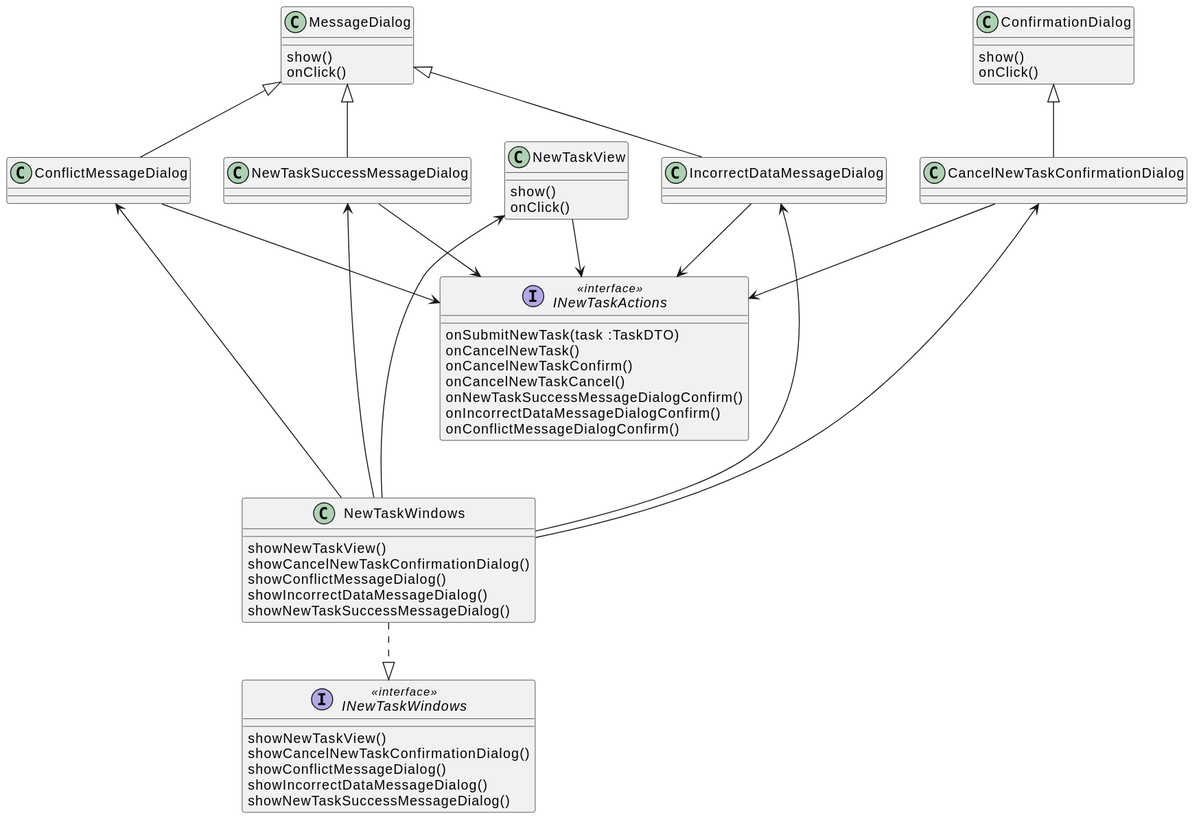
Igor-Ochocki/POP-2026Z keeps this PlantUML diagram as diagrams/frontend/rendered/new-task-view.svg. Above is the earlier version.
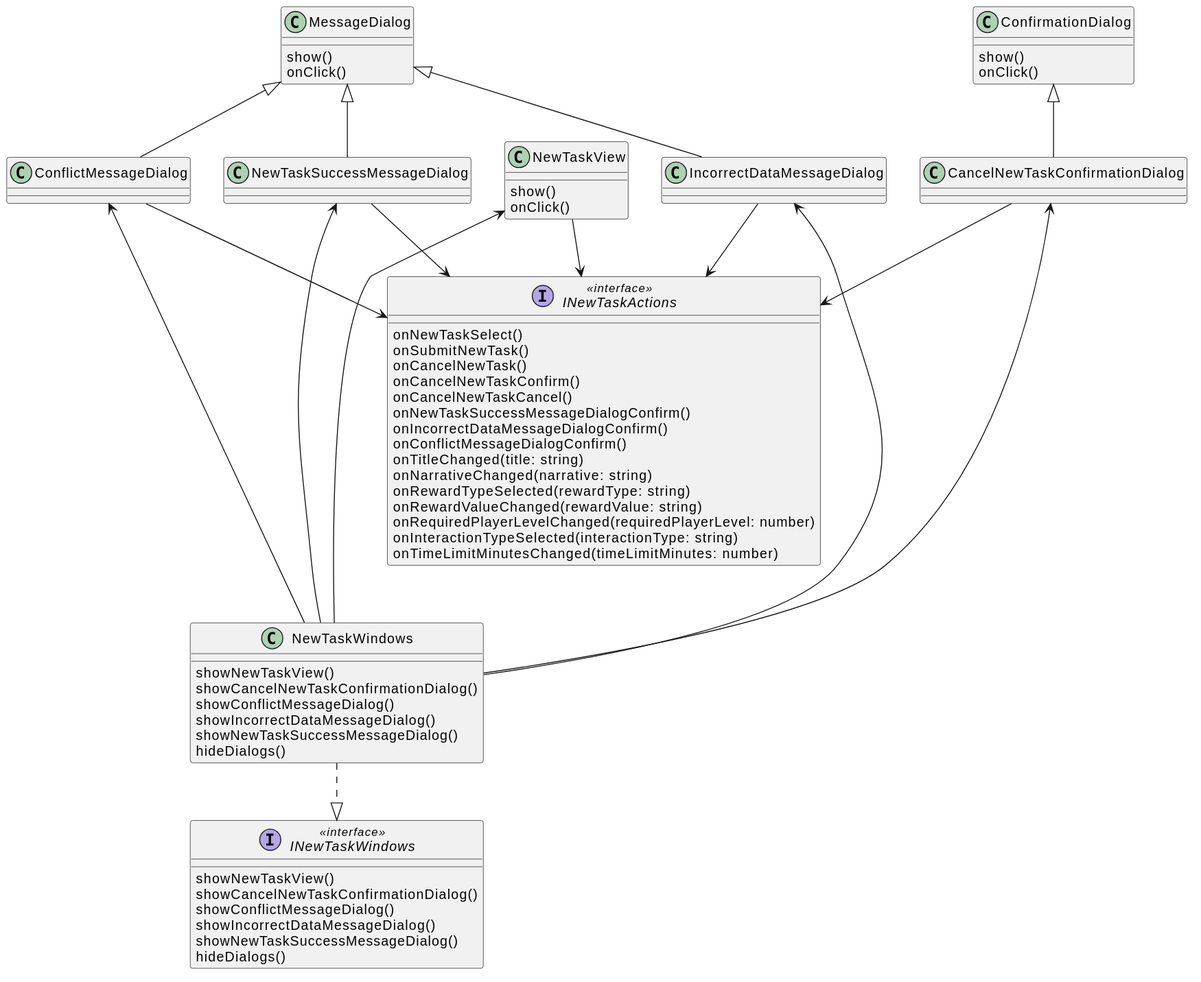
After the commit.

Commit message:
react is silly fix diagrams

Diff of the diagram source:
```diff
@@ -26,13 +26,21 @@
 NewTaskSuccessMessageDialog -u-|> MessageDialog
 
 interface INewTaskActions <<interface>> {
-    onSubmitNewTask(task :TaskDTO)
+    onNewTaskSelect()
+    onSubmitNewTask()
     onCancelNewTask()
     onCancelNewTaskConfirm()
     onCancelNewTaskCancel()
     onNewTaskSuccessMessageDialogConfirm()
     onIncorrectDataMessageDialogConfirm()
     onConflictMessageDialogConfirm()
+    onTitleChanged(title: string)
+    onNarrativeChanged(narrative: string)
+    onRewardTypeSelected(rewardType: string)
+    onRewardValueChanged(rewardValue: string)
+    onRequiredPlayerLevelChanged(requiredPlayerLevel: number)
+    onInteractionTypeSelected(interactionType: string)
+    onTimeLimitMinutesChanged(timeLimitMinutes: number)
 }
 
 INewTaskActions <-u- CancelNewTaskConfirmationDialog
@@ -53,6 +61,7 @@
     showConflictMessageDialog()
     showIncorrectDataMessageDialog()
     showNewTaskSuccessMessageDialog()
+    hideDialogs()
 }
 
 class NewTaskWindows {
@@ -61,6 +70,7 @@
     showConflictMessageDialog()
     showIncorrectDataMessageDialog()
     showNewTaskSuccessMessageDialog()
+    hideDialogs()
 }
 
 NewTaskWindows .d.|> INewTaskWindows
```
